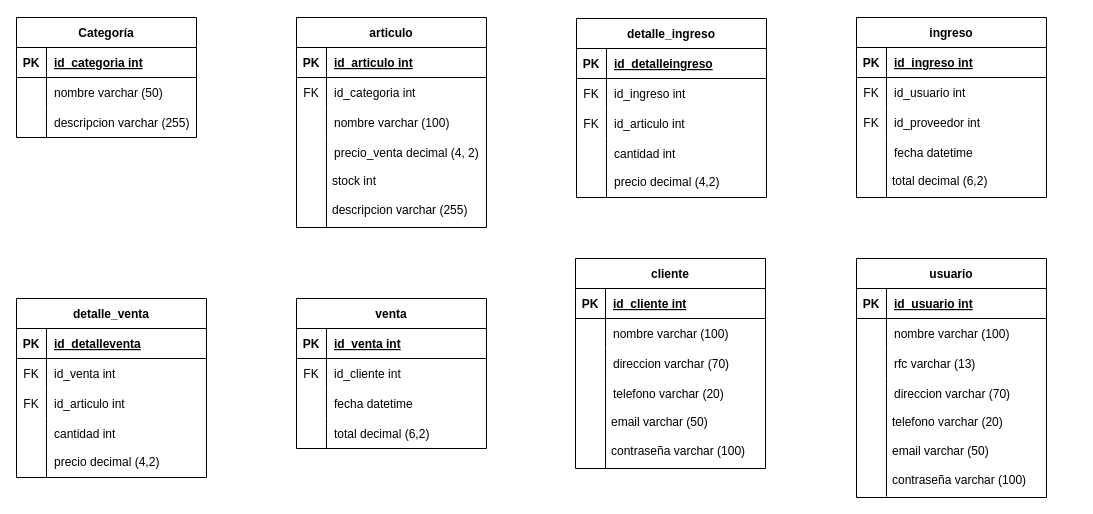
Earlier version of the draw.io diagram page "Diagrama ER" (4 of 4) of Diagramas.drawio (h-r0rsch4ch/PIA-SEG-EN-BBDD). Source tidied: cells renumbered, new cells numbered last; positions are measured from the earlier drawing's top-left corner, leaving out a move shared by most shapes. Both pictures are drawn from the tidied source at 100%, with x=0, y=0 at pixel (16, 17).
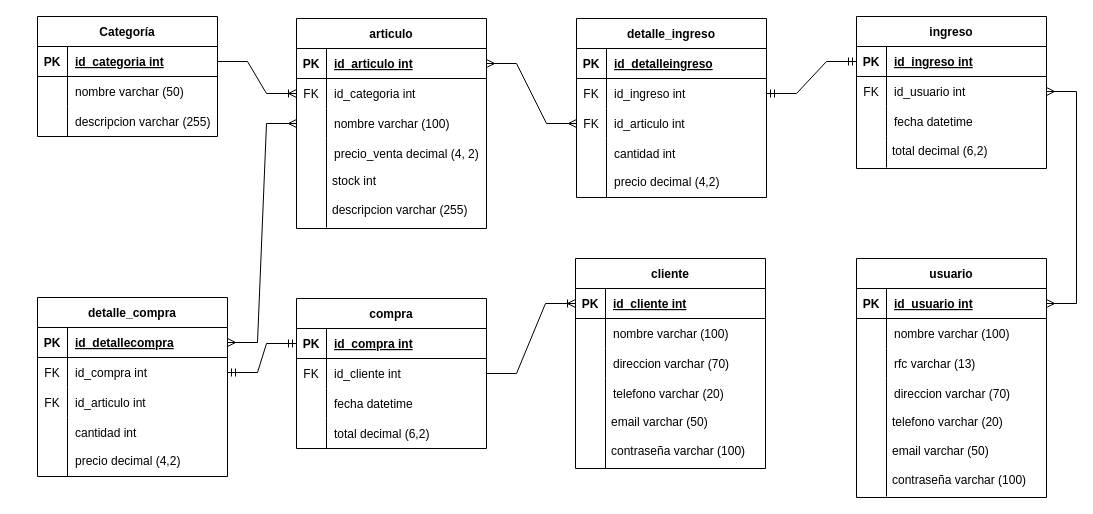
The same page after the edit.

The change refers to these unchanged cells:
```xml
<mxCell id="3" style="shape=tableRow;horizontal=0;startSize=0;swimlaneHead=0;swimlaneBody=0;fillColor=none;points=[[0,0.5],[1,0.5]];portConstraint=eastwest;top=0;left=0;right=0;bottom=1;" parent="2" vertex="1">
  <mxGeometry y="30" width="180" height="30" as="geometry" />
</mxCell>
<mxCell id="13" style="shape=tableRow;horizontal=0;startSize=0;swimlaneHead=0;swimlaneBody=0;fillColor=none;points=[[0,0.5],[1,0.5]];portConstraint=eastwest;top=0;left=0;right=0;bottom=1;" parent="12" vertex="1">
  <mxGeometry y="30" width="190" height="30" as="geometry" />
</mxCell>
<mxCell id="16" style="shape=tableRow;horizontal=0;startSize=0;swimlaneHead=0;swimlaneBody=0;fillColor=none;points=[[0,0.5],[1,0.5]];portConstraint=eastwest;top=0;left=0;right=0;bottom=0;" parent="12" vertex="1">
  <mxGeometry y="60" width="190" height="30" as="geometry" />
</mxCell>
<mxCell id="19" style="shape=tableRow;horizontal=0;startSize=0;swimlaneHead=0;swimlaneBody=0;fillColor=none;points=[[0,0.5],[1,0.5]];portConstraint=eastwest;top=0;left=0;right=0;bottom=0;" parent="12" vertex="1">
  <mxGeometry y="90" width="190" height="30" as="geometry" />
</mxCell>
<mxCell id="32" style="shape=tableRow;horizontal=0;startSize=0;swimlaneHead=0;swimlaneBody=0;fillColor=none;points=[[0,0.5],[1,0.5]];portConstraint=eastwest;top=0;left=0;right=0;bottom=0;" parent="28" vertex="1">
  <mxGeometry y="60" width="190" height="30" as="geometry" />
</mxCell>
<mxCell id="35" style="shape=tableRow;horizontal=0;startSize=0;swimlaneHead=0;swimlaneBody=0;fillColor=none;points=[[0,0.5],[1,0.5]];portConstraint=eastwest;top=0;left=0;right=0;bottom=0;" parent="28" vertex="1">
  <mxGeometry y="90" width="190" height="30" as="geometry" />
</mxCell>
<mxCell id="44" style="shape=tableRow;horizontal=0;startSize=0;swimlaneHead=0;swimlaneBody=0;fillColor=none;points=[[0,0.5],[1,0.5]];portConstraint=eastwest;top=0;left=0;right=0;bottom=1;" parent="43" vertex="1">
  <mxGeometry y="30" width="190" height="30" as="geometry" />
</mxCell>
<mxCell id="47" style="shape=tableRow;horizontal=0;startSize=0;swimlaneHead=0;swimlaneBody=0;fillColor=none;points=[[0,0.5],[1,0.5]];portConstraint=eastwest;top=0;left=0;right=0;bottom=0;" parent="43" vertex="1">
  <mxGeometry y="60" width="190" height="30" as="geometry" />
</mxCell>
<mxCell id="59" style="shape=tableRow;horizontal=0;startSize=0;swimlaneHead=0;swimlaneBody=0;fillColor=none;points=[[0,0.5],[1,0.5]];portConstraint=eastwest;top=0;left=0;right=0;bottom=1;" parent="58" vertex="1">
  <mxGeometry y="30" width="190" height="30" as="geometry" />
</mxCell>
<mxCell id="76" style="shape=tableRow;horizontal=0;startSize=0;swimlaneHead=0;swimlaneBody=0;fillColor=none;points=[[0,0.5],[1,0.5]];portConstraint=eastwest;top=0;left=0;right=0;bottom=1;" parent="75" vertex="1">
  <mxGeometry y="30" width="190" height="30" as="geometry" />
</mxCell>
<mxCell id="92" style="shape=tableRow;horizontal=0;startSize=0;swimlaneHead=0;swimlaneBody=0;fillColor=none;points=[[0,0.5],[1,0.5]];portConstraint=eastwest;top=0;left=0;right=0;bottom=1;" parent="91" vertex="1">
  <mxGeometry y="30" width="190" height="30" as="geometry" />
</mxCell>
<mxCell id="95" style="shape=tableRow;horizontal=0;startSize=0;swimlaneHead=0;swimlaneBody=0;fillColor=none;points=[[0,0.5],[1,0.5]];portConstraint=eastwest;top=0;left=0;right=0;bottom=0;" parent="91" vertex="1">
  <mxGeometry y="60" width="190" height="30" as="geometry" />
</mxCell>
<mxCell id="105" style="shape=tableRow;horizontal=0;startSize=0;swimlaneHead=0;swimlaneBody=0;fillColor=none;points=[[0,0.5],[1,0.5]];portConstraint=eastwest;top=0;left=0;right=0;bottom=1;" parent="104" vertex="1">
  <mxGeometry y="30" width="190" height="30" as="geometry" />
</mxCell>
<mxCell id="108" style="shape=tableRow;horizontal=0;startSize=0;swimlaneHead=0;swimlaneBody=0;fillColor=none;points=[[0,0.5],[1,0.5]];portConstraint=eastwest;top=0;left=0;right=0;bottom=0;" parent="104" vertex="1">
  <mxGeometry y="60" width="190" height="30" as="geometry" />
</mxCell>
```

What changed in the source:
```diff
@@
     <mxCell id="2" value="Categoría" style="shape=table;startSize=30;childLayout=tableLayout;rowLines=0;fontStyle=1;align=center;" parent="1" vertex="1">
-      <mxGeometry width="180" height="120" as="geometry" />
+      <mxGeometry x="21" y="-1" width="180" height="120" as="geometry" />
     </mxCell>
@@
     <mxCell id="12" value="articulo" style="shape=table;startSize=30;childLayout=tableLayout;rowLines=0;fontStyle=1;align=center;swimlaneLine=1;" parent="1" vertex="1">
-      <mxGeometry x="280" width="190" height="210" as="geometry" />
+      <mxGeometry x="280" y="1" width="190" height="210" as="geometry" />
     </mxCell>
@@
     <mxCell id="43" value="ingreso" style="shape=table;startSize=30;childLayout=tableLayout;rowLines=0;fontStyle=1;align=center;swimlaneLine=1;" parent="1" vertex="1">
-      <mxGeometry x="840" width="190" height="180" as="geometry" />
+      <mxGeometry x="840" y="-1" width="190" height="152" as="geometry" />
     </mxCell>
@@
+    <mxCell id="53" style="shape=tableRow;horizontal=0;startSize=0;swimlaneHead=0;swimlaneBody=0;fillColor=none;top=0;left=0;right=0;bottom=0;" parent="43" vertex="1">
+      <mxGeometry y="90" width="190" height="30" as="geometry" />
+    </mxCell>
+    <mxCell id="54" style="shape=partialRectangle;fillColor=none;top=0;left=0;bottom=0;right=0;overflow=hidden;" parent="53" vertex="1">
+      <mxGeometry width="30" height="30" as="geometry" />
+    </mxCell>
+    <mxCell id="55" value="fecha datetime" style="shape=partialRectangle;fillColor=none;top=0;left=0;bottom=0;right=0;align=left;spacingLeft=6;overflow=hidden;" parent="53" vertex="1">
+      <mxGeometry x="30" width="160" height="30" as="geometry" />
+    </mxCell>
     <mxCell id="50" style="shape=tableRow;horizontal=0;startSize=0;swimlaneHead=0;swimlaneBody=0;fillColor=none;top=0;left=0;right=0;bottom=0;" parent="43" vertex="1">
-      <mxGeometry y="90" width="190" height="30" as="geometry" />
+      <mxGeometry y="120" width="190" height="31" as="geometry" />
     </mxCell>
-    <mxCell id="51" value="FK" style="shape=partialRectangle;fillColor=none;top=0;left=0;bottom=0;right=0;overflow=hidden;" parent="50" vertex="1">
-      <mxGeometry width="30" height="30" as="geometry" />
+    <mxCell id="51" style="shape=partialRectangle;fillColor=none;top=0;left=0;bottom=0;right=0;overflow=hidden;" parent="50" vertex="1">
+      <mxGeometry width="30" height="31" as="geometry" />
     </mxCell>
-    <mxCell id="52" value="id_proveedor int" style="shape=partialRectangle;fillColor=none;top=0;left=0;bottom=0;right=0;align=left;spacingLeft=6;overflow=hidden;" parent="50" vertex="1">
-      <mxGeometry x="30" width="160" height="30" as="geometry" />
+    <mxCell id="52" style="shape=partialRectangle;fillColor=none;top=0;left=0;bottom=0;right=0;align=left;spacingLeft=6;overflow=hidden;" parent="50" vertex="1">
+      <mxGeometry x="30" width="160" height="31" as="geometry" />
     </mxCell>
-    <mxCell id="53" style="shape=tableRow;horizontal=0;startSize=0;swimlaneHead=0;swimlaneBody=0;fillColor=none;top=0;left=0;right=0;bottom=0;" parent="43" vertex="1">
-      <mxGeometry y="120" width="190" height="30" as="geometry" />
-    </mxCell>
-    <mxCell id="54" style="shape=partialRectangle;fillColor=none;top=0;left=0;bottom=0;right=0;overflow=hidden;" parent="53" vertex="1">
-      <mxGeometry width="30" height="30" as="geometry" />
-    </mxCell>
-    <mxCell id="55" value="fecha datetime" style="shape=partialRectangle;fillColor=none;top=0;left=0;bottom=0;right=0;align=left;spacingLeft=6;overflow=hidden;" parent="53" vertex="1">
-      <mxGeometry x="30" width="160" height="30" as="geometry" />
-    </mxCell>
     <mxCell id="56" value="total decimal (6,2)" style="text;strokeColor=none;fillColor=none;spacingLeft=4;spacingRight=4;overflow=hidden;fontSize=12;" parent="1" vertex="1">
-      <mxGeometry x="870" y="150" width="160" height="30" as="geometry" />
+      <mxGeometry x="870" y="120" width="160" height="30" as="geometry" />
     </mxCell>
-    <mxCell id="57" style="endArrow=none;html=1;rounded=0;exitX=-0.019;exitY=-0.133;exitDx=0;exitDy=0;exitPerimeter=0;" parent="1" edge="1">
-      <mxGeometry relative="1" as="geometry">
-        <mxPoint x="870" y="149" as="sourcePoint" />
-        <mxPoint x="870" y="174" as="targetPoint" />
-        <Array as="points">
-          <mxPoint x="870" y="180" />
-        </Array>
-      </mxGeometry>
-    </mxCell>
@@
-    <mxCell id="91" value="venta" style="shape=table;startSize=30;childLayout=tableLayout;rowLines=0;fontStyle=1;align=center;swimlaneLine=1;" parent="1" vertex="1">
+    <mxCell id="91" value="compra" style="shape=table;startSize=30;childLayout=tableLayout;rowLines=0;fontStyle=1;align=center;swimlaneLine=1;" parent="1" vertex="1">
       <mxGeometry x="280" y="281" width="190" height="150" as="geometry" />
     </mxCell>
@@
-    <mxCell id="94" value="id_venta int" style="shape=partialRectangle;fillColor=none;top=0;left=0;bottom=0;right=0;align=left;spacingLeft=6;fontStyle=5;overflow=hidden;" parent="92" vertex="1">
+    <mxCell id="94" value="id_compra int" style="shape=partialRectangle;fillColor=none;top=0;left=0;bottom=0;right=0;align=left;spacingLeft=6;fontStyle=5;overflow=hidden;" parent="92" vertex="1">
       <mxGeometry x="30" width="160" height="30" as="geometry" />
     </mxCell>
@@
-    <mxCell id="104" value="detalle_venta" style="shape=table;startSize=30;childLayout=tableLayout;rowLines=0;fontStyle=1;align=center;swimlaneLine=1;" parent="1" vertex="1">
-      <mxGeometry y="281" width="190" height="179" as="geometry" />
+    <mxCell id="104" value="detalle_compra" style="shape=table;startSize=30;childLayout=tableLayout;rowLines=0;fontStyle=1;align=center;swimlaneLine=1;" parent="1" vertex="1">
+      <mxGeometry x="21" y="280" width="190" height="179" as="geometry" />
     </mxCell>
@@
-    <mxCell id="107" value="id_detalleventa" style="shape=partialRectangle;fillColor=none;top=0;left=0;bottom=0;right=0;align=left;spacingLeft=6;fontStyle=5;overflow=hidden;" parent="105" vertex="1">
+    <mxCell id="107" value="id_detallecompra" style="shape=partialRectangle;fillColor=none;top=0;left=0;bottom=0;right=0;align=left;spacingLeft=6;fontStyle=5;overflow=hidden;" parent="105" vertex="1">
       <mxGeometry x="30" width="160" height="30" as="geometry" />
     </mxCell>
@@
-    <mxCell id="110" value="id_venta int" style="shape=partialRectangle;fillColor=none;top=0;left=0;bottom=0;right=0;align=left;spacingLeft=6;overflow=hidden;" parent="108" vertex="1">
+    <mxCell id="110" value="id_compra int" style="shape=partialRectangle;fillColor=none;top=0;left=0;bottom=0;right=0;align=left;spacingLeft=6;overflow=hidden;" parent="108" vertex="1">
       <mxGeometry x="30" width="160" height="30" as="geometry" />
     </mxCell>
@@
     <mxCell id="117" style="endArrow=none;html=1;rounded=0;exitX=-0.019;exitY=-0.133;exitDx=0;exitDy=0;exitPerimeter=0;" parent="1" edge="1">
       <mxGeometry relative="1" as="geometry">
-        <mxPoint x="30" y="426" as="sourcePoint" />
-        <mxPoint x="30" y="460" as="targetPoint" />
+        <mxPoint x="51" y="425" as="sourcePoint" />
+        <mxPoint x="51" y="459" as="targetPoint" />
       </mxGeometry>
     </mxCell>
     <mxCell id="118" value="precio decimal (4,2)" style="shape=partialRectangle;fillColor=none;top=0;left=0;bottom=0;right=0;align=left;spacingLeft=6;overflow=hidden;" parent="1" vertex="1">
-      <mxGeometry x="30" y="429" width="160" height="30" as="geometry" />
+      <mxGeometry x="51" y="428" width="160" height="30" as="geometry" />
     </mxCell>
+    <mxCell id="119" style="edgeStyle=entityRelationEdgeStyle;fontSize=12;html=1;endArrow=ERoneToMany;rounded=0;entryX=0;entryY=0.5;entryDx=0;entryDy=0;exitX=1;exitY=0.5;exitDx=0;exitDy=0;" parent="1" edge="1" source="3" target="16">
+      <mxGeometry relative="1" as="geometry" />
+    </mxCell>
+    <mxCell id="120" style="edgeStyle=entityRelationEdgeStyle;fontSize=12;html=1;endArrow=ERmany;startArrow=ERmany;rounded=0;exitX=1;exitY=0.5;exitDx=0;exitDy=0;entryX=0;entryY=0.5;entryDx=0;entryDy=0;" parent="1" edge="1" source="105" target="19">
+      <mxGeometry relative="1" as="geometry" />
+    </mxCell>
+    <mxCell id="121" style="edgeStyle=entityRelationEdgeStyle;fontSize=12;html=1;endArrow=ERmandOne;startArrow=ERmandOne;rounded=0;entryX=0;entryY=0.5;entryDx=0;entryDy=0;exitX=1;exitY=0.5;exitDx=0;exitDy=0;" parent="1" edge="1" source="108" target="92">
+      <mxGeometry relative="1" as="geometry" />
+    </mxCell>
+    <mxCell id="122" style="edgeStyle=entityRelationEdgeStyle;fontSize=12;html=1;endArrow=ERmany;startArrow=ERmany;rounded=0;entryX=0;entryY=0.5;entryDx=0;entryDy=0;exitX=1;exitY=0.5;exitDx=0;exitDy=0;" parent="1" edge="1" source="13" target="35">
+      <mxGeometry relative="1" as="geometry" />
+    </mxCell>
+    <mxCell id="123" style="edgeStyle=entityRelationEdgeStyle;fontSize=12;html=1;endArrow=ERmandOne;startArrow=ERmandOne;rounded=0;exitX=1;exitY=0.5;exitDx=0;exitDy=0;entryX=0;entryY=0.5;entryDx=0;entryDy=0;" parent="1" edge="1" source="32" target="44">
+      <mxGeometry relative="1" as="geometry" />
+    </mxCell>
+    <mxCell id="124" style="edgeStyle=entityRelationEdgeStyle;fontSize=12;html=1;endArrow=ERmany;startArrow=ERmany;rounded=0;exitX=1;exitY=0.5;exitDx=0;exitDy=0;entryX=1;entryY=0.5;entryDx=0;entryDy=0;" parent="1" edge="1" source="59" target="47">
+      <mxGeometry relative="1" as="geometry" />
+    </mxCell>
+    <mxCell id="125" style="edgeStyle=entityRelationEdgeStyle;fontSize=12;html=1;endArrow=ERoneToMany;rounded=0;exitX=1;exitY=0.5;exitDx=0;exitDy=0;entryX=0;entryY=0.5;entryDx=0;entryDy=0;" parent="1" edge="1" source="95" target="76">
+      <mxGeometry relative="1" as="geometry" />
+    </mxCell>
```
